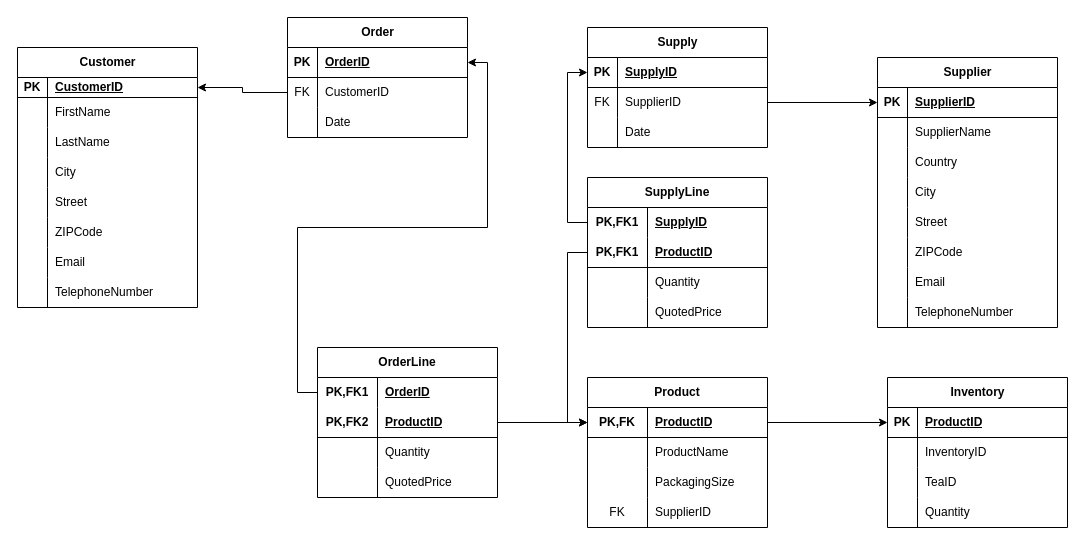
The draw.io diagram DB설계및구현.drawio in heeyoonjik/DBDesignAndImplementation_Enitity, before the edit. Source tidied: cells renumbered, new cells numbered last; positions are measured from the earlier drawing's top-left corner, leaving out a move shared by most shapes. Both pictures are drawn from the tidied source at 100%, with x=0, y=0 at pixel (17, 17).
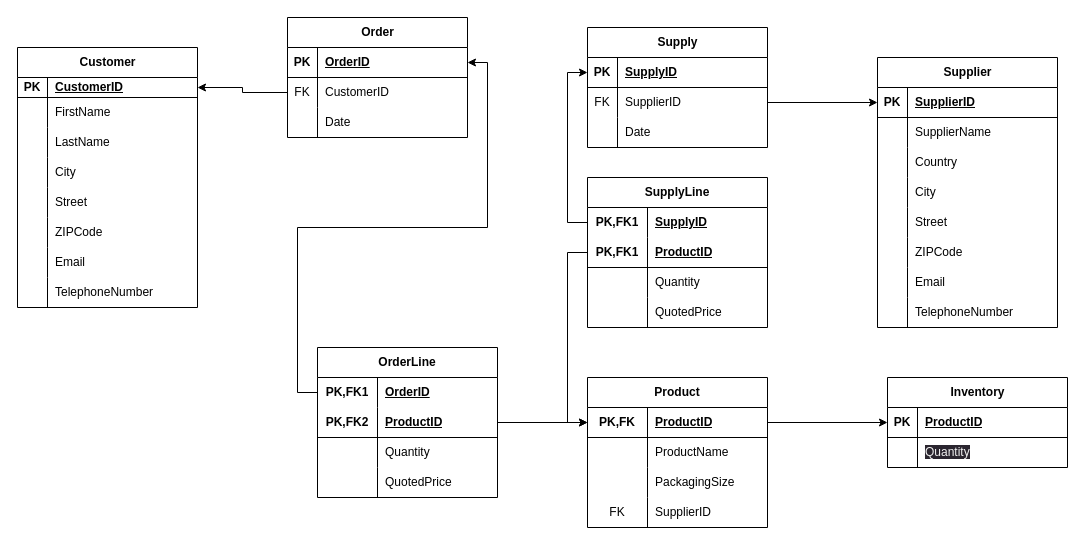
The same diagram, later.

Commit message:
DB설계및구현.drawio 업데이트2

Unchanged cells that the change refers to:
```xml
<mxCell id="103" style="shape=tableRow;horizontal=0;startSize=0;swimlaneHead=0;swimlaneBody=0;fillColor=none;top=0;left=0;right=0;bottom=0;" parent="99" vertex="1">
  <mxGeometry y="60" width="180" height="30" as="geometry" />
</mxCell>
```

Diff of the diagram source:
```diff
@@
     <mxCell id="99" value="Inventory" style="shape=table;startSize=30;childLayout=tableLayout;rowLines=0;fontStyle=1;align=center;html=1;" parent="1" vertex="1">
-      <mxGeometry x="870" y="360" width="180" height="150" as="geometry" />
+      <mxGeometry x="870" y="360" width="180" height="90" as="geometry" />
     </mxCell>
@@
-    <mxCell id="105" value="InventoryID" style="shape=partialRectangle;fillColor=none;top=0;left=0;bottom=0;right=0;align=left;spacingLeft=6;overflow=hidden;whiteSpace=wrap;html=1;" parent="103" vertex="1">
+    <mxCell id="105" value="&lt;span style=&quot;color: rgb(240, 240, 240); font-family: Helvetica; font-size: 12px; font-style: normal; font-variant-ligatures: normal; font-variant-caps: normal; font-weight: 400; letter-spacing: normal; orphans: 2; text-align: left; text-indent: 0px; text-transform: none; widows: 2; word-spacing: 0px; -webkit-text-stroke-width: 0px; background-color: rgb(42, 37, 47); text-decoration-thickness: initial; text-decoration-style: initial; text-decoration-color: initial; float: none; display: inline !important;&quot;&gt;Quantity&lt;/span&gt;" style="shape=partialRectangle;fillColor=none;top=0;left=0;bottom=0;right=0;align=left;spacingLeft=6;overflow=hidden;whiteSpace=wrap;html=1;" parent="103" vertex="1">
       <mxGeometry x="30" width="150" height="30" as="geometry" />
     </mxCell>
-    <mxCell id="106" style="shape=tableRow;horizontal=0;startSize=0;swimlaneHead=0;swimlaneBody=0;fillColor=none;top=0;left=0;right=0;bottom=0;" parent="99" vertex="1">
-      <mxGeometry y="90" width="180" height="30" as="geometry" />
-    </mxCell>
-    <mxCell id="107" style="shape=partialRectangle;fillColor=none;top=0;left=0;bottom=0;right=0;overflow=hidden;whiteSpace=wrap;html=1;" parent="106" vertex="1">
-      <mxGeometry width="30" height="30" as="geometry" />
-    </mxCell>
-    <mxCell id="108" value="TeaID" style="shape=partialRectangle;fillColor=none;top=0;left=0;bottom=0;right=0;align=left;spacingLeft=6;overflow=hidden;whiteSpace=wrap;html=1;" parent="106" vertex="1">
-      <mxGeometry x="30" width="150" height="30" as="geometry" />
-    </mxCell>
-    <mxCell id="109" style="shape=tableRow;horizontal=0;startSize=0;swimlaneHead=0;swimlaneBody=0;fillColor=none;top=0;left=0;right=0;bottom=0;" parent="99" vertex="1">
-      <mxGeometry y="120" width="180" height="30" as="geometry" />
-    </mxCell>
-    <mxCell id="110" style="shape=partialRectangle;fillColor=none;top=0;left=0;bottom=0;right=0;overflow=hidden;whiteSpace=wrap;html=1;" parent="109" vertex="1">
-      <mxGeometry width="30" height="30" as="geometry" />
-    </mxCell>
-    <mxCell id="111" value="Quantity" style="shape=partialRectangle;fillColor=none;top=0;left=0;bottom=0;right=0;align=left;spacingLeft=6;overflow=hidden;whiteSpace=wrap;html=1;" parent="109" vertex="1">
-      <mxGeometry x="30" width="150" height="30" as="geometry" />
-    </mxCell>
```
